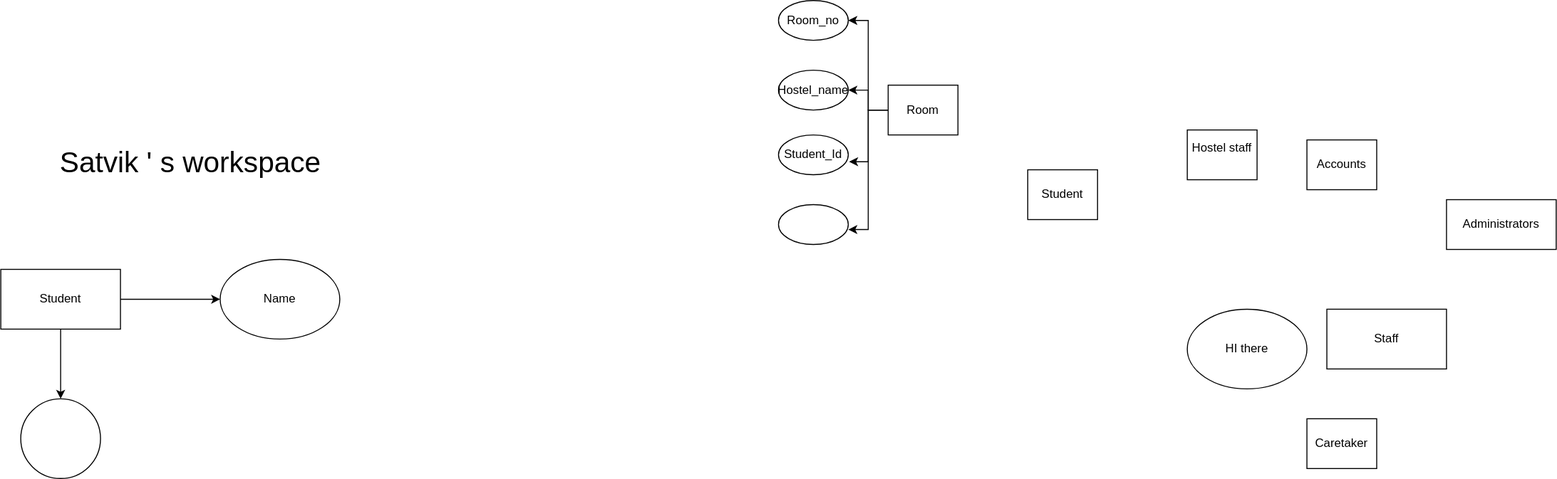
The draw.io diagram hostel_management.drawio.svg in Zeven100/hostel_management, before a commit. Source tidied: cells renumbered, new cells last; positions are measured from the earlier drawing's top-left corner, leaving out a move shared by most shapes.
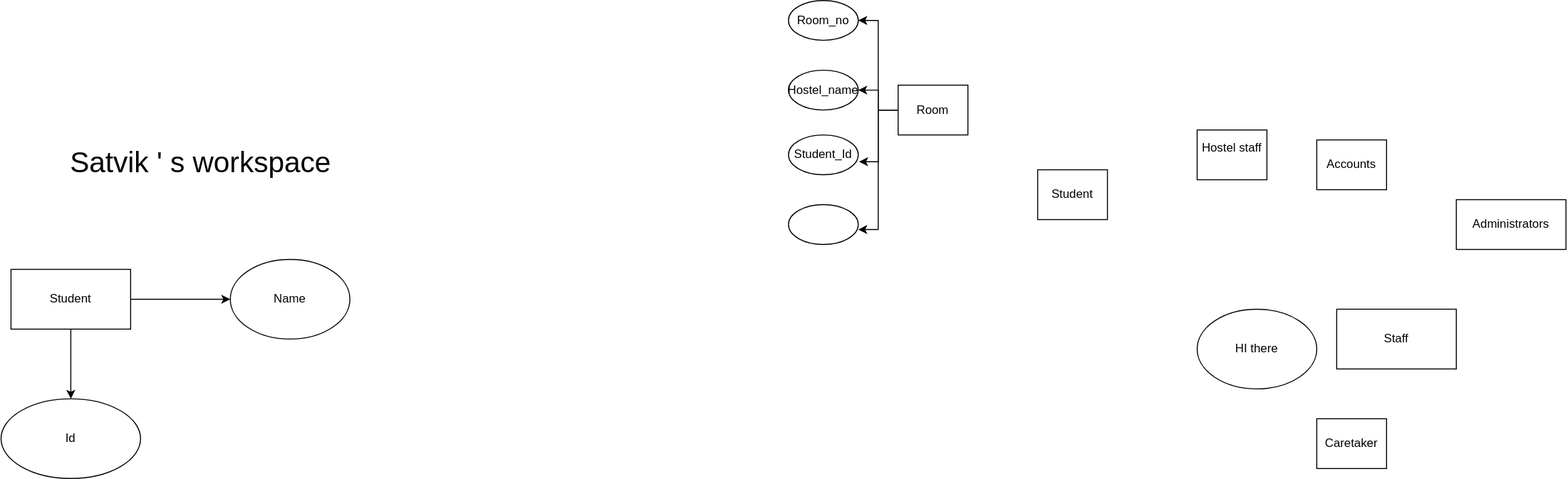
Later version of the same file.

What changed in the source:
```diff
@@ -65,8 +65,8 @@
     <mxCell id="22" style="edgeStyle=orthogonalEdgeStyle;rounded=0;jettySize=auto;html=1;entryX=1;entryY=0.625;entryDx=0;entryDy=0;entryPerimeter=0;" parent="1" edge="1" source="8" target="16">
       <mxGeometry relative="1" as="geometry" />
     </mxCell>
-    <mxCell id="23" style="ellipse;whiteSpace=wrap;html=1;rounded=0;" parent="1" vertex="1">
-      <mxGeometry x="20" y="400" width="80" height="80" as="geometry" />
+    <mxCell id="23" value="Id" style="ellipse;whiteSpace=wrap;html=1;rounded=0;" parent="1" vertex="1">
+      <mxGeometry x="-10" y="400" width="140" height="80" as="geometry" />
     </mxCell>
   </root>
 </mxGraphModel>
```
